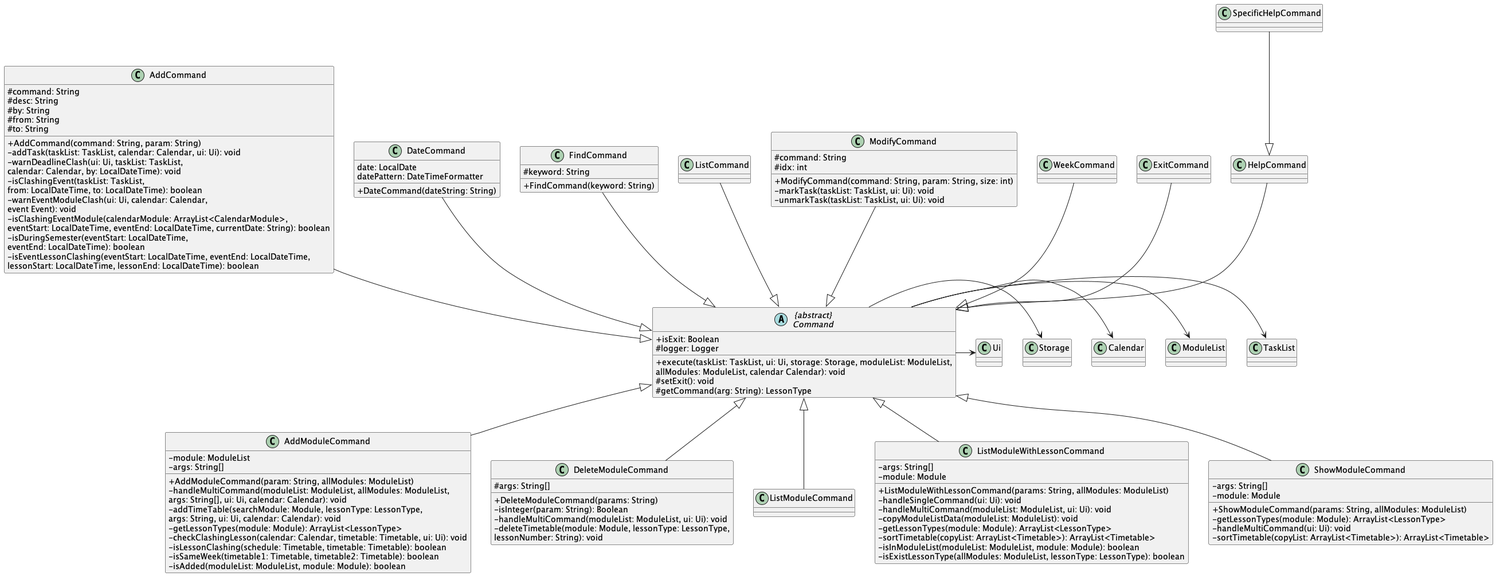
Above: docs/uml-diagrams/Command.png in nus-cs2113-AY2223S2/tp (PlantUML), before the change.
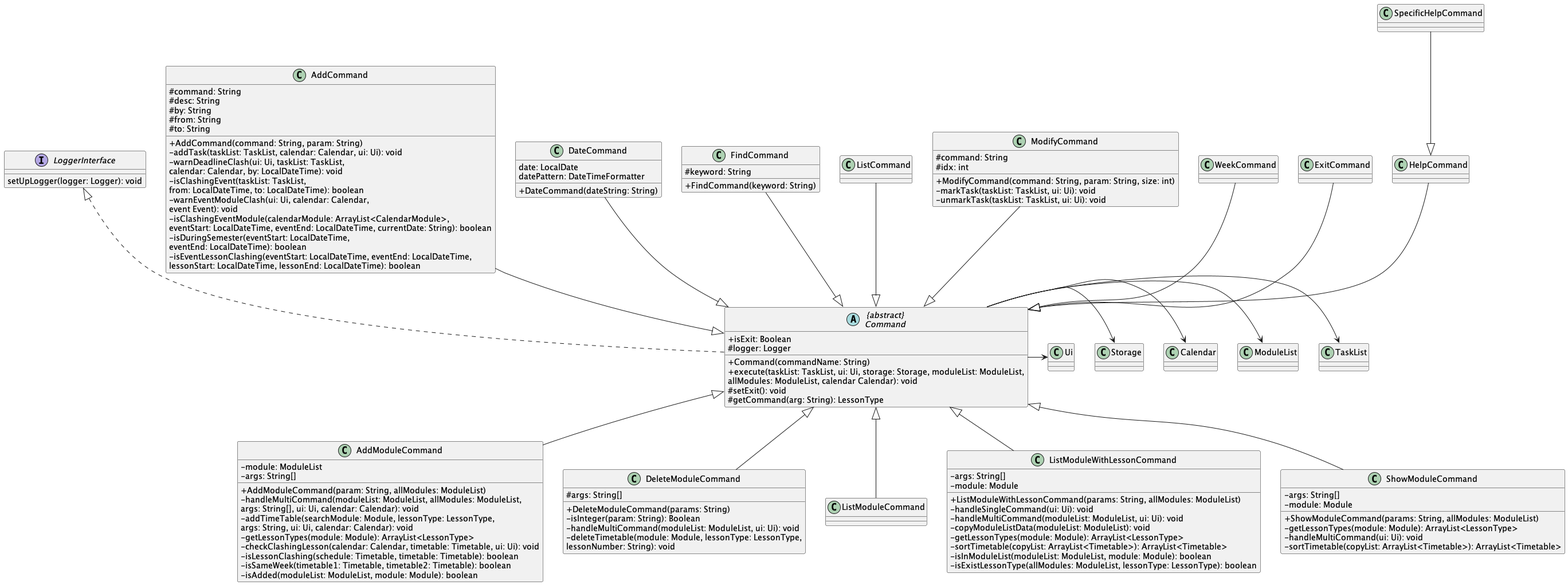
Later version of the same file.

Commit message:
Add LoggerInterface to Command class diag

Change to the diagram source:
```diff
@@ -1,14 +1,20 @@
 @startuml
 skinparam classAttributeIconSize 0
+
+interface LoggerInterface {
+setUpLogger(logger: Logger): void
+}
 
 abstract class "{abstract}\nCommand" as Command {
 + isExit: Boolean
 # logger: Logger
++ Command(commandName: String)
 + execute(taskList: TaskList, ui: Ui, storage: Storage, moduleList: ModuleList,
 allModules: ModuleList, calendar Calendar): void
 # setExit(): void
 # getCommand(arg: String): LessonType
 }
+LoggerInterface <|.. Command
 Command -> TaskList
 Command -> ModuleList
 Command -> Calendar
```
